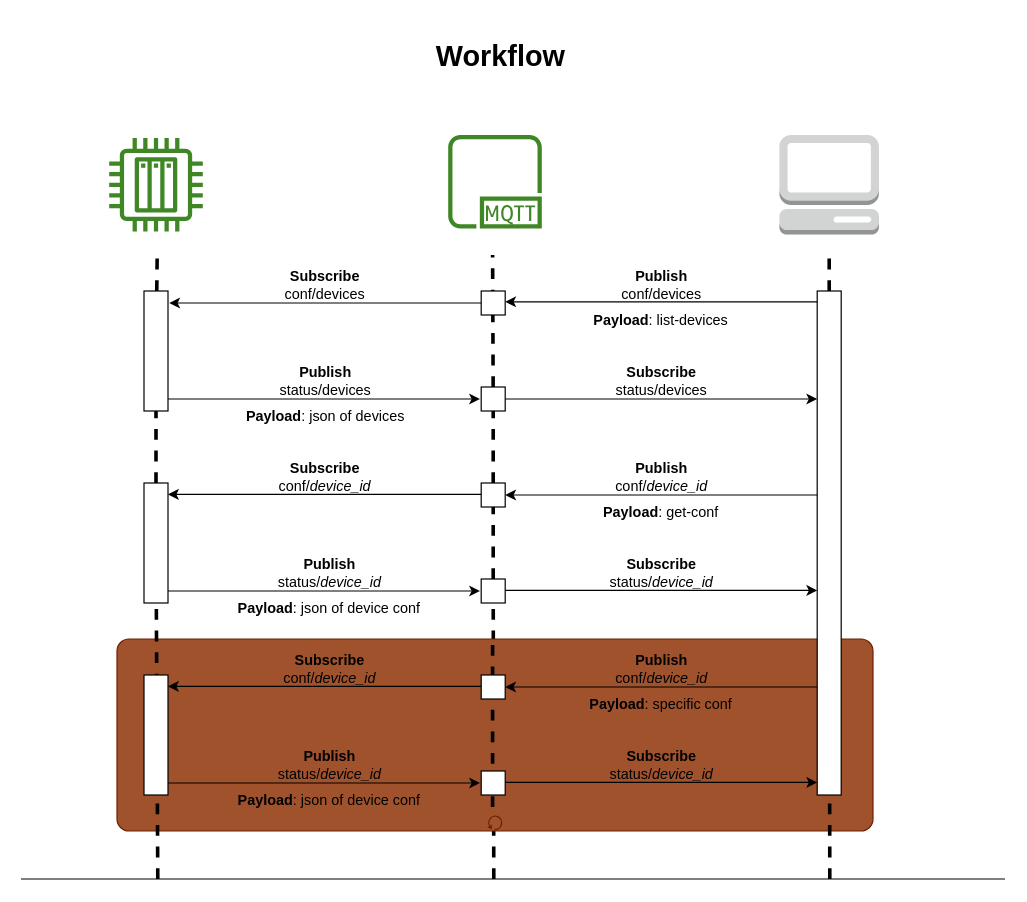
MadMax2506-SmartHome/roomlight keeps this draw.io diagram as diagrams/workflow.drawio. Above is the earlier version. Source tidied: cells renumbered, new cells numbered last; positions are measured from the earlier drawing's top-left corner, leaving out a move shared by most shapes. Both pictures are drawn from the tidied source at 120%, with x=0, y=0 at pixel (20, 38).
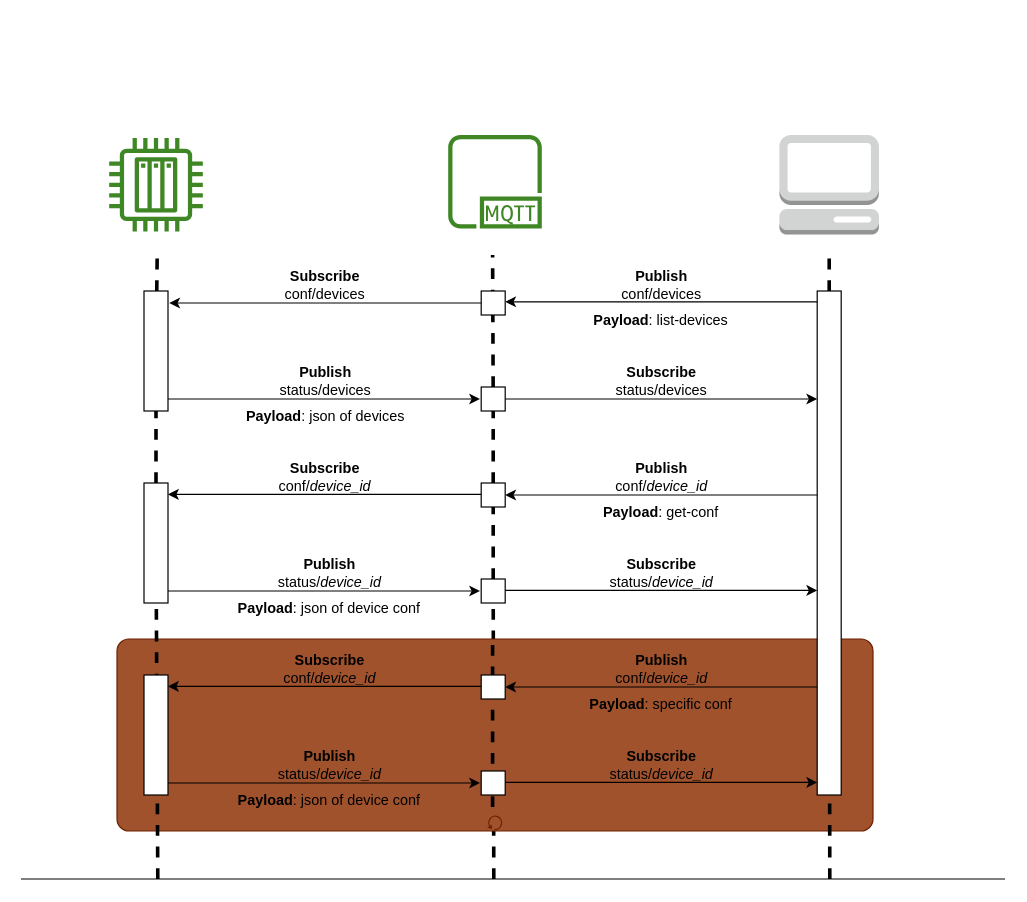
The same diagram, later.

The edit, as a diff of the source:
```diff
@@
-    <mxCell id="29" value="&lt;h1&gt;Workflow&lt;/h1&gt;" style="text;html=1;strokeColor=none;fillColor=none;align=center;verticalAlign=middle;whiteSpace=wrap;rounded=0;" parent="1" vertex="1">
-      <mxGeometry x="335" width="130" height="30" as="geometry" />
-    </mxCell>
```
